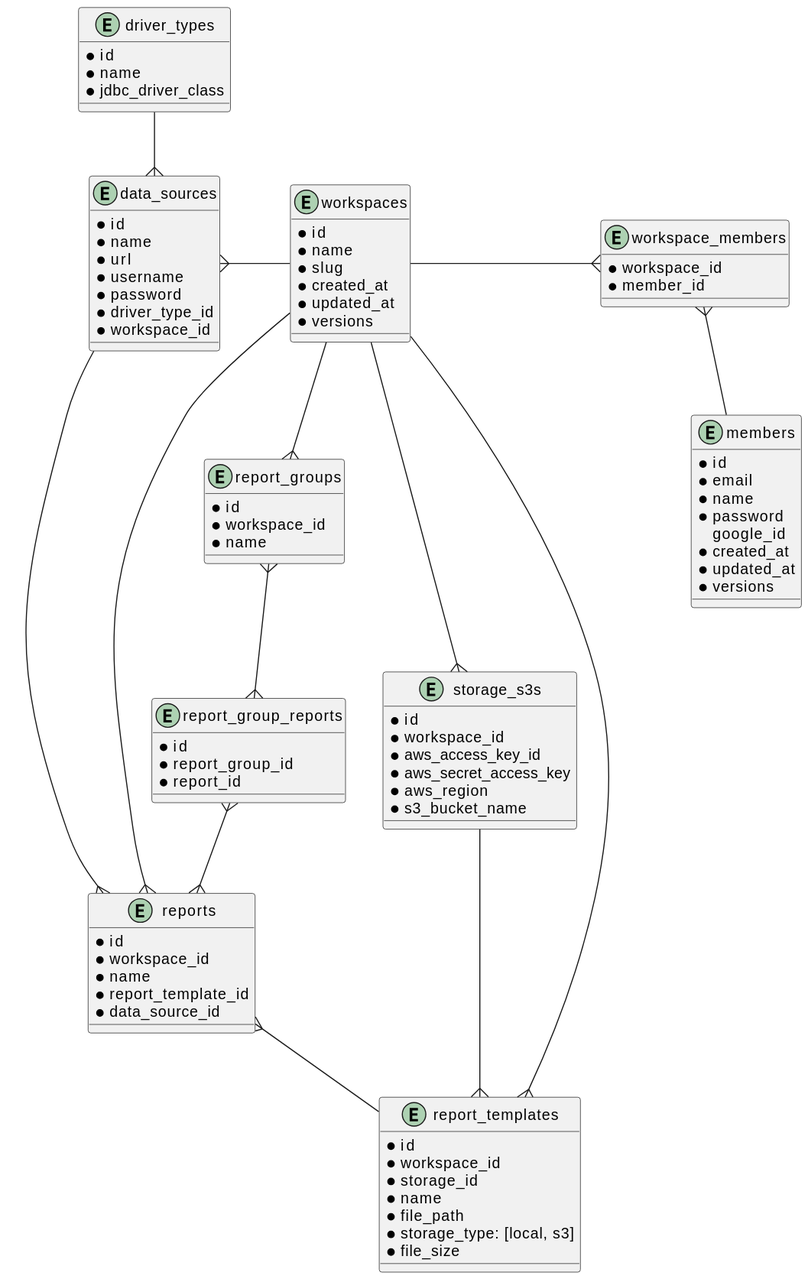
The PlantUML diagram docs/db/diagram.svg in ijufumi/openreports-api, before a commit.
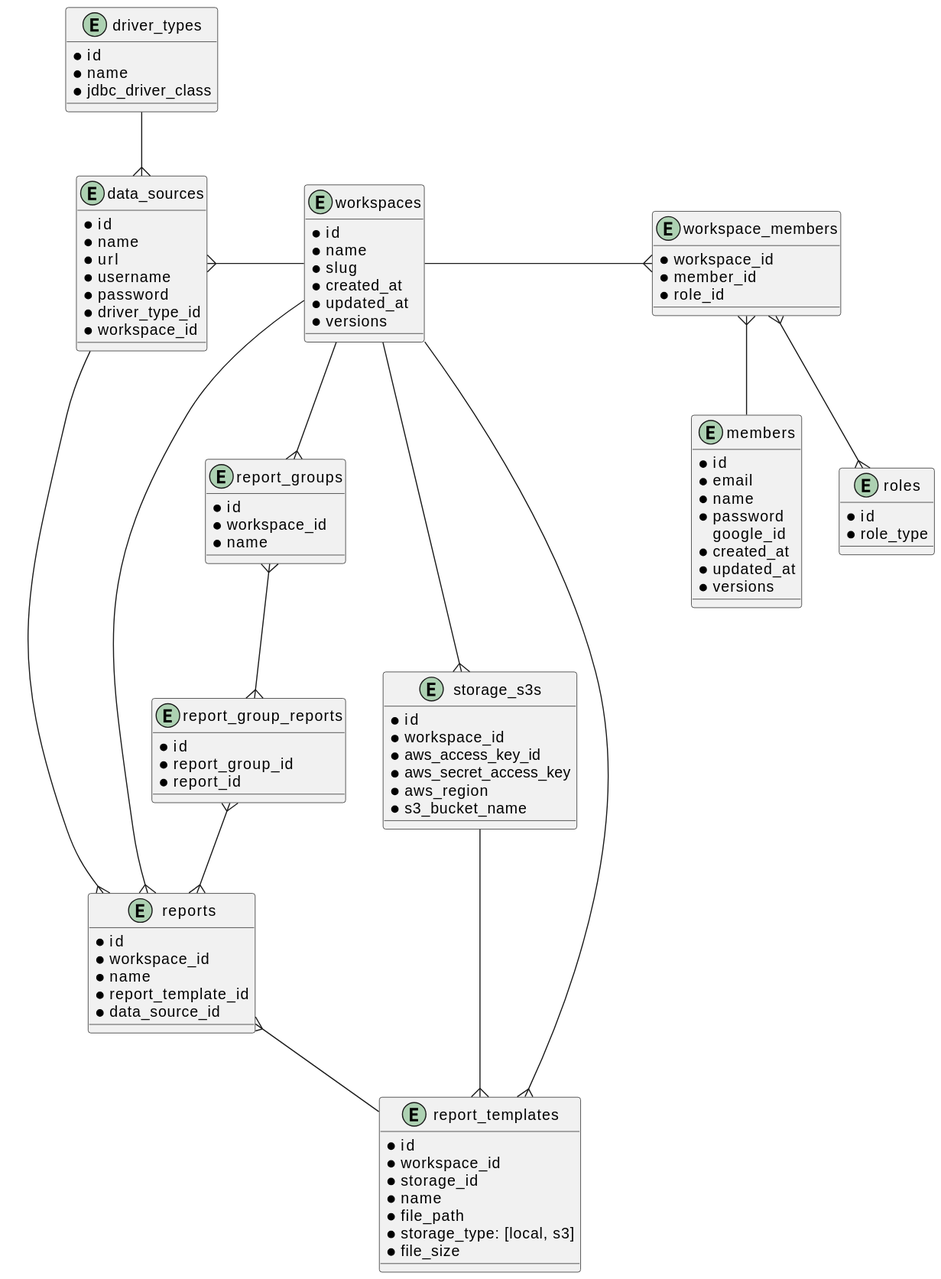
Later version of the same file.

The edit, as a diff of the source:
```diff
@@ -22,6 +22,12 @@
 entity workspace_members {
   * workspace_id
   * member_id
+  * role_id
+}
+
+entity roles {
+  * id
+  * role_type
 }
 
 entity data_sources {
@@ -81,6 +87,7 @@
 
 workspaces --r{ workspace_members
 workspace_members }-- members
+workspace_members }--{ roles
 workspaces --l{ data_sources
 workspaces --{ reports
 workspaces --{ report_templates
```
